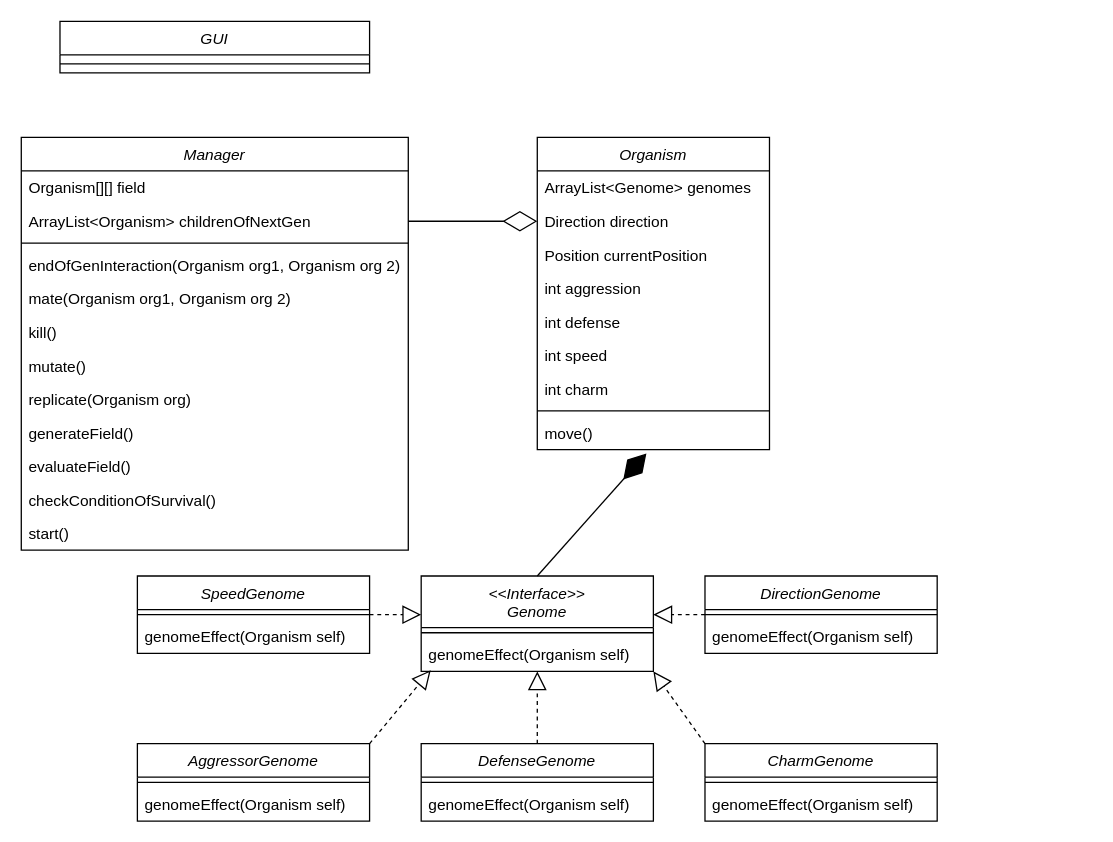
This is Evolution.drawio from Akbar-Noser/Evolution, a draw.io file, before an edit. Source tidied: cells renumbered, new cells numbered last; positions are measured from the earlier drawing's top-left corner, leaving out a move shared by most shapes. Both pictures are drawn from the tidied source at 129%, with x=0, y=0 at pixel (21, 21).
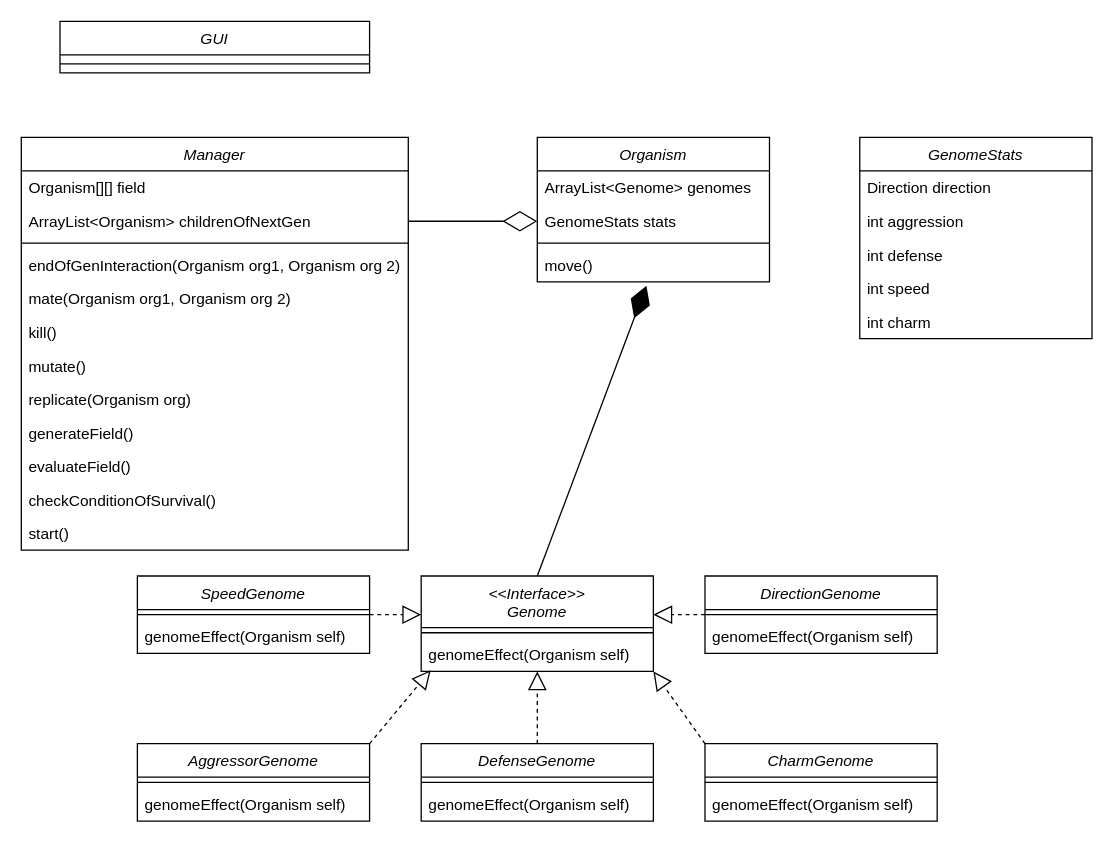
Above is the later version.

Unchanged cells that the change refers to:
```xml
<mxCell id="37" value="ArrayList&lt;Organism&gt; childrenOfNextGen" style="text;align=left;verticalAlign=top;spacingLeft=4;spacingRight=4;overflow=hidden;points=[[0,0.5],[1,0.5]];portConstraint=eastwest;" parent="35" vertex="1">
  <mxGeometry y="52" width="300" height="26" as="geometry" />
</mxCell>
```

The edit, as a diff of the source:
```diff
@@
     <mxCell id="14" value="Organism" style="swimlane;fontStyle=2;align=center;verticalAlign=top;horizontal=1;startSize=26;rounded=0;shadow=0;strokeWidth=1;" parent="1" vertex="1">
-      <mxGeometry x="400" y="90" width="180" height="242" as="geometry" />
+      <mxGeometry x="400" y="90" width="180" height="112" as="geometry" />
     </mxCell>
@@
-    <mxCell id="16" value="Direction direction" style="text;align=left;verticalAlign=top;spacingLeft=4;spacingRight=4;overflow=hidden;points=[[0,0.5],[1,0.5]];portConstraint=eastwest;" parent="14" vertex="1">
-      <mxGeometry y="52" width="180" height="26" as="geometry" />
-    </mxCell>
-    <mxCell id="17" value="Position currentPosition" style="text;align=left;verticalAlign=top;spacingLeft=4;spacingRight=4;overflow=hidden;" parent="14" vertex="1">
-      <mxGeometry y="78" width="180" height="26" as="geometry" />
-    </mxCell>
-    <mxCell id="18" value="int aggression" style="text;align=left;verticalAlign=top;spacingLeft=4;spacingRight=4;overflow=hidden;" parent="14" vertex="1">
-      <mxGeometry y="104" width="180" height="26" as="geometry" />
-    </mxCell>
-    <mxCell id="19" value="int defense" style="text;align=left;verticalAlign=top;spacingLeft=4;spacingRight=4;overflow=hidden;" parent="14" vertex="1">
-      <mxGeometry y="130" width="180" height="26" as="geometry" />
-    </mxCell>
-    <mxCell id="20" value="int speed" style="text;align=left;verticalAlign=top;spacingLeft=4;spacingRight=4;overflow=hidden;" parent="14" vertex="1">
-      <mxGeometry y="156" width="180" height="26" as="geometry" />
-    </mxCell>
-    <mxCell id="21" value="int charm" style="text;align=left;verticalAlign=top;spacingLeft=4;spacingRight=4;overflow=hidden;" parent="14" vertex="1">
-      <mxGeometry y="182" width="180" height="26" as="geometry" />
+    <mxCell id="21" value="GenomeStats stats" style="text;align=left;verticalAlign=top;spacingLeft=4;spacingRight=4;overflow=hidden;" parent="14" vertex="1">
+      <mxGeometry y="52" width="180" height="26" as="geometry" />
     </mxCell>
     <mxCell id="22" style="line;html=1;strokeWidth=1;align=left;verticalAlign=middle;spacingTop=-1;spacingLeft=3;spacingRight=3;labelPosition=right;" parent="14" vertex="1">
-      <mxGeometry y="208" width="180" height="8" as="geometry" />
+      <mxGeometry y="78" width="180" height="8" as="geometry" />
     </mxCell>
     <mxCell id="23" value="move()" style="text;align=left;verticalAlign=top;spacingLeft=4;spacingRight=4;overflow=hidden;points=[[0,0.5],[1,0.5]];portConstraint=eastwest;" parent="14" vertex="1">
-      <mxGeometry y="216" width="180" height="26" as="geometry" />
+      <mxGeometry y="86" width="180" height="26" as="geometry" />
     </mxCell>
@@
-    <mxCell id="49" style="endArrow=diamondThin;endFill=0;endSize=24;html=1;rounded=0;exitX=1;exitY=0.5;exitDx=0;exitDy=0;entryX=0;entryY=0.5;entryDx=0;entryDy=0;" parent="1" edge="1" source="37" target="16">
-      <mxGeometry relative="1" as="geometry" />
+    <mxCell id="49" style="endArrow=diamondThin;endFill=0;endSize=24;html=1;rounded=0;exitX=1;exitY=0.5;exitDx=0;exitDy=0;entryX=0;entryY=0.5;entryDx=0;entryDy=0;" parent="1" edge="1" source="37">
+      <mxGeometry relative="1" as="geometry">
+        <mxPoint x="400" y="155" as="targetPoint" />
+      </mxGeometry>
     </mxCell>
@@
+    <mxCell id="52" value="GenomeStats" style="swimlane;fontStyle=2;align=center;verticalAlign=top;horizontal=1;startSize=26;rounded=0;shadow=0;strokeWidth=1;" parent="1" vertex="1">
+      <mxGeometry x="650" y="90" width="180" height="156" as="geometry" />
+    </mxCell>
+    <mxCell id="16" value="Direction direction" style="text;align=left;verticalAlign=top;spacingLeft=4;spacingRight=4;overflow=hidden;points=[[0,0.5],[1,0.5]];portConstraint=eastwest;" parent="52" vertex="1">
+      <mxGeometry y="26" width="180" height="26" as="geometry" />
+    </mxCell>
+    <mxCell id="18" value="int aggression" style="text;align=left;verticalAlign=top;spacingLeft=4;spacingRight=4;overflow=hidden;" parent="52" vertex="1">
+      <mxGeometry y="52" width="180" height="26" as="geometry" />
+    </mxCell>
+    <mxCell id="19" value="int defense" style="text;align=left;verticalAlign=top;spacingLeft=4;spacingRight=4;overflow=hidden;" parent="52" vertex="1">
+      <mxGeometry y="78" width="180" height="26" as="geometry" />
+    </mxCell>
+    <mxCell id="20" value="int speed" style="text;align=left;verticalAlign=top;spacingLeft=4;spacingRight=4;overflow=hidden;" parent="52" vertex="1">
+      <mxGeometry y="104" width="180" height="26" as="geometry" />
+    </mxCell>
+    <mxCell id="53" value="int charm" style="text;align=left;verticalAlign=top;spacingLeft=4;spacingRight=4;overflow=hidden;" parent="52" vertex="1">
+      <mxGeometry y="130" width="180" height="26" as="geometry" />
+    </mxCell>
```
